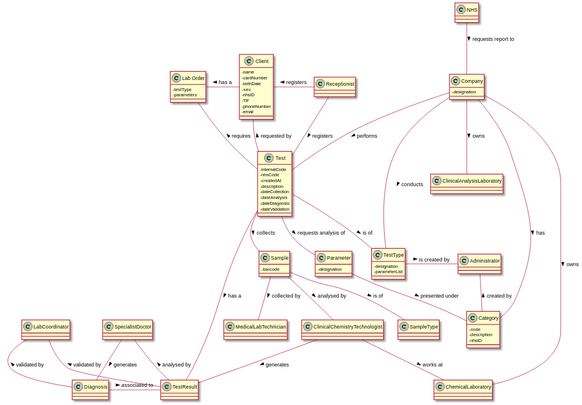
Before: docs/SprintA/DM.svg, a diagram exported from PlantUML (MadDinosaur/ISEP-LAPR2).
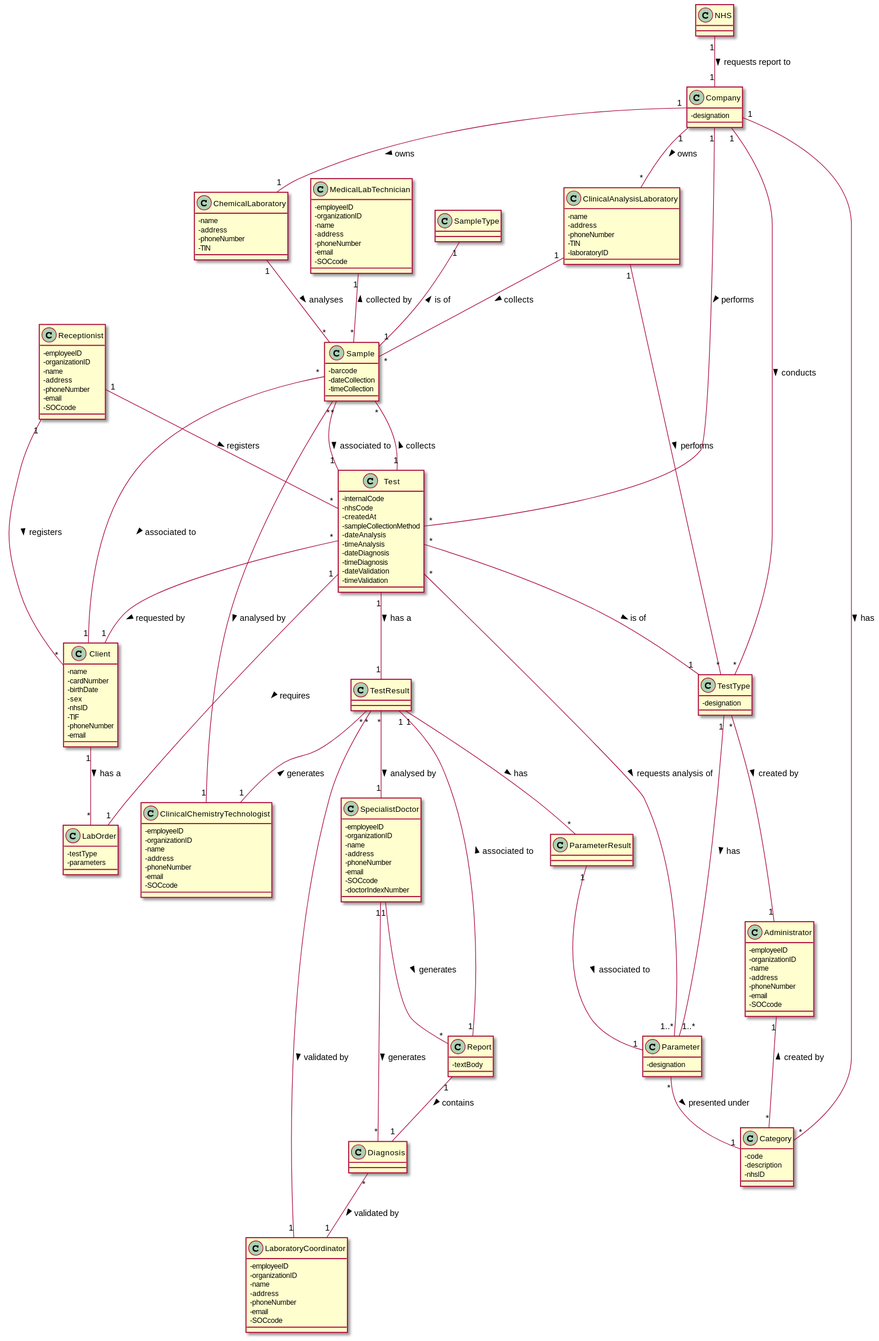
After the change.

Change to the diagram source:
```diff
@@ -1,18 +1,25 @@
 @startuml
 skinparam classAttributeIconSize 0
-class Test {
--internalCode
--nhsCode
--createdAt
+
+class Administrator {
+-employeeID
+-organizationID
+-name
+-address
+-phoneNumber
+-email
+-SOCcode
+}
+class Category {
+-code
 -description
--dateCollection
--dateAnalysis
--dateDiagnosis
--dateValidation
+-nhsID
 }
-class TestType {
--designation
--parameterList
+class ChemicalLaboratory {
+-name
+-address
+-phoneNumber
+-TIN
 }
 class Client {
 -name
@@ -24,62 +31,133 @@
 -phoneNumber
 -email
 }
-class Sample {
--barcode
+class ClinicalAnalysisLaboratory {
+-name
+-address
+-phoneNumber
+-TIN
+-laboratoryID
+}
+class ClinicalChemistryTechnologist {
+-employeeID
+-organizationID
+-name
+-address
+-phoneNumber
+-email
+-SOCcode
+}
+class Company {
+-designation
+}
+class Diagnosis
+class LabOrder {
+-testType
+-parameters
+}
+class LaboratoryCoordinator {
+-employeeID
+-organizationID
+-name
+-address
+-phoneNumber
+-email
+-SOCcode
+}
+class MedicalLabTechnician {
+-employeeID
+-organizationID
+-name
+-address
+-phoneNumber
+-email
+-SOCcode
+}
+class NHS
+class Receptionist {
+-employeeID
+-organizationID
+-name
+-address
+-phoneNumber
+-email
+-SOCcode
+}
+class Test {
+-internalCode
+-nhsCode
+-createdAt
+-sampleCollectionMethod
+-dateAnalysis
+-timeAnalysis
+-dateDiagnosis
+-timeDiagnosis
+-dateValidation
+-timeValidation
 }
 class Parameter {
 -designation
 }
-class "Lab Order" {
--testType
--parameters
+class ParameterResult
+class Report {
+-textBody
 }
-class Company {
+class TestResult
+class TestType {
 -designation
 }
-class Category {
--code
--description
--nhsID
+class Sample {
+-barcode
+-dateCollection
+-timeCollection
 }
-class Administrator
 class SampleType
-class MedicalLabTechnician
-class ClinicalChemistryTechnologist
-class ChemicalLaboratory
-class Receptionist
-class TestResult
-class SpecialistDoctor
-class LabCoordinator
-class Diagnosis
-class NHS
-Client -left- "Lab Order" : has a >
-Company -down- TestType : conducts >
-Company -down- ChemicalLaboratory : owns >
-Company -down- ClinicalAnalysisLaboratory : owns >
-Test -down- "TestType" : is of >
-Test -up- Client : requested by >
-Test -down- Sample : collects >
-Test -down- Parameter : requests analysis of >
-Test -up- "Lab Order" : requires >
-Test -up- Company : performs <
-Test -down- TestResult : has a >
-Administrator -- Category : created by <
-Parameter -- Category : presented under >
-SampleType -up- Sample  : is of <
-MedicalLabTechnician -up- Sample : collected by <
-ClinicalChemistryTechnologist -up- Sample : analysed by <
-ClinicalChemistryTechnologist -down- ChemicalLaboratory : works at >
-Receptionist -left- Client : registers >
-Receptionist -down- Test : registers >
-TestResult -up- ClinicalChemistryTechnologist : generates <
-TestResult -up- SpecialistDoctor : analysed by >
-TestResult -up- LabCoordinator : validated by >
-Diagnosis -up- SpecialistDoctor : generates <
-Diagnosis -up- LabCoordinator : validated by >
-Diagnosis -right- TestResult : associated to >
-NHS -down- Company : requests report to >
-Company -down- Category : has >
-TestType -right- Administrator : is created by >
+class SpecialistDoctor {
+-employeeID
+-organizationID
+-name
+-address
+-phoneNumber
+-email
+-SOCcode
+-doctorIndexNumber
+}
 
+Administrator "1"--"*" Category : created by <
+ChemicalLaboratory "1"--"*" Sample : analyses >
+Client "1"--"*" LabOrder : has a >
+ClinicalAnalysisLaboratory "1"--"*" Sample : collects >
+ClinicalAnalysisLaboratory "1"--"*" TestType : performs >
+ClinicalChemistryTechnologist "1"--"*" Sample : analysed by <
+Company "1"-down-"*" TestType : conducts >
+Company "1"-down-"*" Category : has >
+Company "1"-down-"*" ClinicalAnalysisLaboratory : owns >
+Company "1"-down-"1" ChemicalLaboratory : owns >
+Diagnosis "*"--"1" LaboratoryCoordinator : validated by >
+Diagnosis "*"--"1" SpecialistDoctor : generates <
+MedicalLabTechnician "1"--"*" Sample : collected by <
+NHS "1"--"1" Company : requests report to >
+Parameter "*"--"1" Category : presented under >
+ParameterResult "1"--"1" Parameter : associated to >
+Receptionist "1"--"*" Client : registers >
+Receptionist "1"--"*" Test : registers >
+Report "1"--"1" Diagnosis : contains >
+Report "1"--"1" TestResult : associated to >
+Sample "*"--"1" Client : associated to >
+Sample "*"--"1" Test : associated to >
+SampleType "1"--"1" Sample  : is of <
+SpecialistDoctor "1"--"*" Report : generates >
+Test "*"--"1" Client : requested by >
+Test "*"-up-"1" Company : performs <
+Test "*"--"1..*" Parameter : requests analysis of >
+Test "1"--"1" LabOrder : requires >
+Test "*"--"1" "TestType" : is of >
+Test "1"--"1" TestResult : has a >
+Test "1"--"*" Sample : collects >
+TestResult "*"--"1" LaboratoryCoordinator : validated by >
+TestResult "*"--"1" SpecialistDoctor : analysed by >
+TestResult "*"--"1" ClinicalChemistryTechnologist : generates <
+TestResult "1"--"*" ParameterResult : has >
+TestType "*"--"1" Administrator : created by >
+TestType "1"--"1..*" Parameter : has >
 @enduml
```
